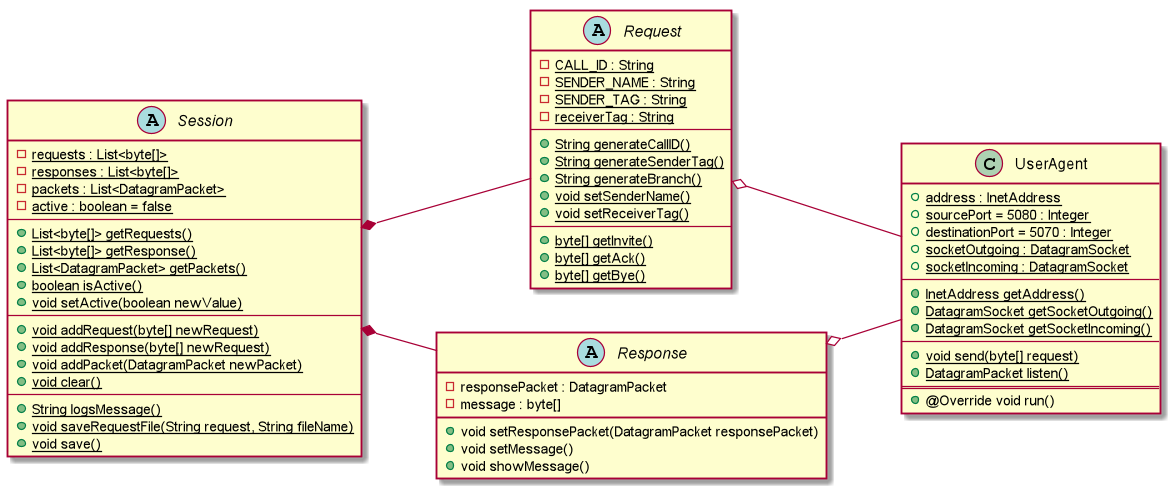
The PlantUML diagram Documentation/UML Diagrams/Class Diagram/SIP_Class_Diagram.png in danielepelleg/VoIP, before a commit. The source it was exported from:
```plantuml
@startuml
left to right direction
abstract class Request {
    - {static} CALL_ID : String
    - {static} SENDER_NAME : String
    - {static} SENDER_TAG : String
    - {static} receiverTag : String
    --
    + {static} String generateCallID()
    + {static} String generateSenderTag()
    + {static} String generateBranch()
    + {static} void setSenderName()
    + {static} void setReceiverTag()
    --
    + {static} byte[] getInvite()
    + {static} byte[] getAck()
    + {static} byte[] getBye()
}

abstract class Response {
    - responsePacket : DatagramPacket
    - message : byte[]
    + void setResponsePacket(DatagramPacket responsePacket)
    + void setMessage()
    + void showMessage()
}

class UserAgent{
    + {static} address : InetAddress
    + {static} sourcePort = 5080 : Integer
    + {static} destinationPort = 5070 : Integer
    + {static} socketOutgoing : DatagramSocket
    + {static} socketIncoming : DatagramSocket
    --
    + {static} InetAddress getAddress()
    + {static} DatagramSocket getSocketOutgoing()
    + {static} DatagramSocket getSocketIncoming()
    --
    + {static} void send(byte[] request)
    + {static} DatagramPacket listen()
    ==
    + @Override void run()
}

abstract class Session{
    - {static} requests : List<byte[]>
    - {static} responses : List<byte[]>
    - {static} packets : List<DatagramPacket>
    - {static} active : boolean = false
    --
    + {static} List<byte[]> getRequests()
    + {static} List<byte[]> getResponse()
    + {static} List<DatagramPacket> getPackets()
    + {static} boolean isActive()
    + {static} void setActive(boolean newValue)
    --
    + {static} void addRequest(byte[] newRequest)
    + {static} void addResponse(byte[] newRequest)
    + {static} void addPacket(DatagramPacket newPacket)
    + {static} void clear()
    --
    + {static} String logsMessage()
    + {static} void saveRequestFile(String request, String fileName)
    + {static} void save()
}

Session *-- Request
Session *-- Response
Request o-- UserAgent
Response o-- UserAgent

@enduml
```
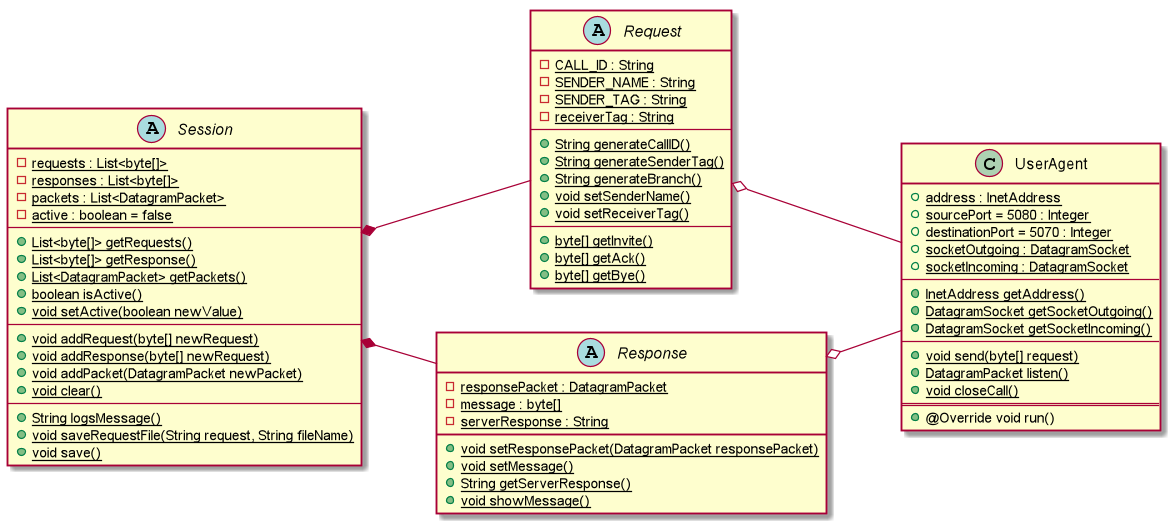
The same diagram one commit later.

Commit message:
Update Class Diagrams :100:

The edit, as a diff of the source:
```diff
@@ -18,11 +18,13 @@
 }
 
 abstract class Response {
-    - responsePacket : DatagramPacket
-    - message : byte[]
-    + void setResponsePacket(DatagramPacket responsePacket)
-    + void setMessage()
-    + void showMessage()
+    - {static} responsePacket : DatagramPacket
+    - {static} message : byte[]
+    - {static} serverResponse : String
+    + {static} void setResponsePacket(DatagramPacket responsePacket)
+    + {static} void setMessage()
+    + {static} String getServerResponse()
+    + {static} void showMessage()
 }
 
 class UserAgent{
@@ -38,6 +40,7 @@
     --
     + {static} void send(byte[] request)
     + {static} DatagramPacket listen()
+    + {static} void closeCall()
     ==
     + @Override void run()
 }
```
